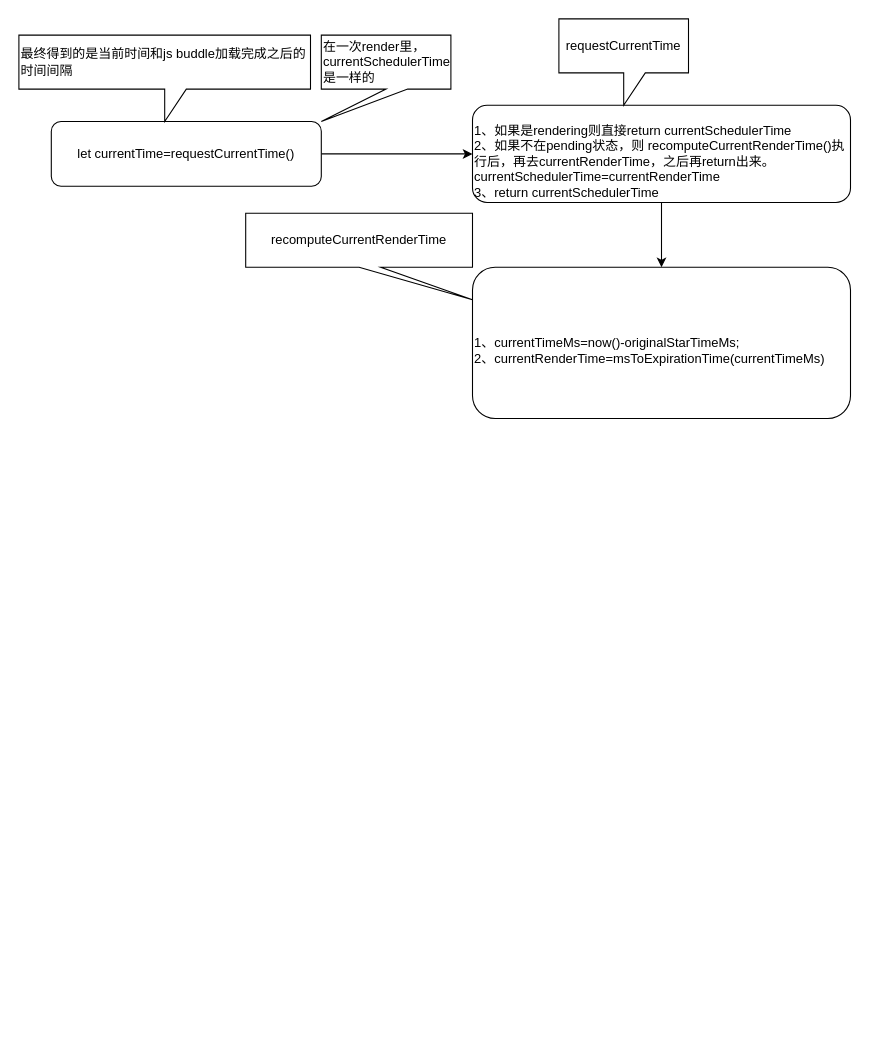
This is expirationTime.drawio from Windseek/react-source, a draw.io file, before an edit. Source tidied: cells renumbered, new cells numbered last; positions are measured from the earlier drawing's top-left corner, leaving out a move shared by most shapes. Both pictures are drawn from the tidied source at 108%, with x=0, y=0 at pixel (18, 18).
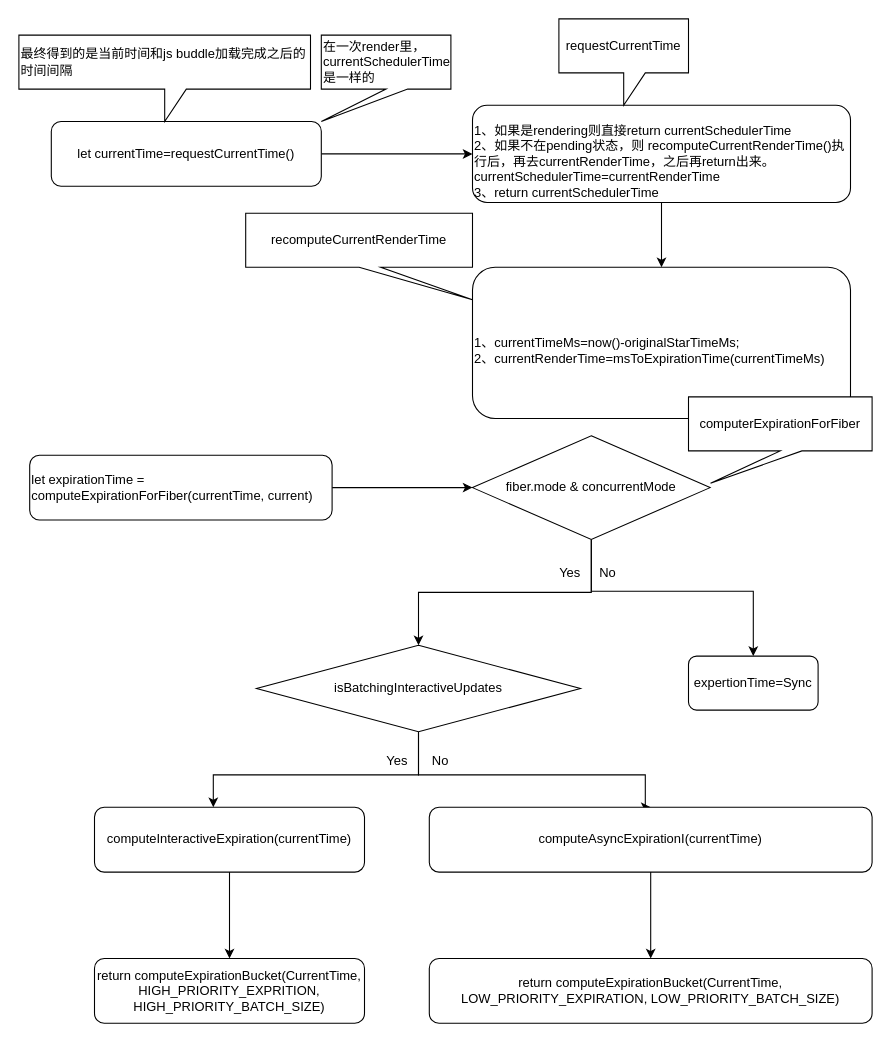
Above is the later version.

The edit, as a diff of the source:
```diff
@@
+    <mxCell id="11" style="edgeStyle=orthogonalEdgeStyle;rounded=0;jettySize=auto;html=1;entryX=0;entryY=0.5;entryDx=0;entryDy=0;" parent="1" edge="1" source="12" target="15">
+      <mxGeometry relative="1" as="geometry" />
+    </mxCell>
+    <mxCell id="12" value="let expirationTime = computeExpirationForFiber(currentTime, current)" style="rounded=1;whiteSpace=wrap;html=1;align=left;" parent="1" vertex="1">
+      <mxGeometry x="10" y="404" width="280" height="60" as="geometry" />
+    </mxCell>
+    <mxCell id="13" style="edgeStyle=orthogonalEdgeStyle;rounded=0;jettySize=auto;html=1;" parent="1" edge="1" source="15">
+      <mxGeometry relative="1" as="geometry">
+        <mxPoint x="370" y="580" as="targetPoint" />
+        <Array as="points">
+          <mxPoint x="530" y="531" />
+          <mxPoint x="370" y="531" />
+        </Array>
+      </mxGeometry>
+    </mxCell>
+    <mxCell id="14" style="edgeStyle=orthogonalEdgeStyle;rounded=0;jettySize=auto;html=1;entryX=0.5;entryY=0;entryDx=0;entryDy=0;" parent="1" edge="1" source="15" target="17">
+      <mxGeometry relative="1" as="geometry">
+        <Array as="points">
+          <mxPoint x="530" y="530" />
+          <mxPoint x="680" y="530" />
+        </Array>
+      </mxGeometry>
+    </mxCell>
+    <mxCell id="15" value="&lt;span style=&quot;text-align: left ; white-space: normal&quot;&gt;fiber.mode &amp;amp; concurrentMode&lt;/span&gt;" style="rhombus;whiteSpace=wrap;html=1;" parent="1" vertex="1">
+      <mxGeometry x="420" y="386" width="220" height="96" as="geometry" />
+    </mxCell>
+    <mxCell id="16" value="computerExpirationForFiber" style="shape=callout;whiteSpace=wrap;html=1;perimeter=calloutPerimeter;position2=0.12;" parent="1" vertex="1">
+      <mxGeometry x="620" y="350" width="170" height="80" as="geometry" />
+    </mxCell>
+    <mxCell id="17" value="expertionTime=Sync" style="rounded=1;whiteSpace=wrap;html=1;" parent="1" vertex="1">
+      <mxGeometry x="620" y="590" width="120" height="50" as="geometry" />
+    </mxCell>
+    <mxCell id="18" value="Yes" style="text;html=1;align=center;verticalAlign=middle;" parent="1" vertex="1">
+      <mxGeometry x="490" y="503" width="40" height="20" as="geometry" />
+    </mxCell>
+    <mxCell id="19" value="No" style="text;html=1;align=center;verticalAlign=middle;" parent="1" vertex="1">
+      <mxGeometry x="530" y="503" width="30" height="20" as="geometry" />
+    </mxCell>
+    <mxCell id="20" style="edgeStyle=orthogonalEdgeStyle;rounded=0;jettySize=auto;html=1;" parent="1" edge="1" source="22" target="24">
+      <mxGeometry relative="1" as="geometry">
+        <Array as="points">
+          <mxPoint x="370" y="700" />
+          <mxPoint x="180" y="700" />
+        </Array>
+      </mxGeometry>
+    </mxCell>
+    <mxCell id="21" style="edgeStyle=orthogonalEdgeStyle;rounded=0;jettySize=auto;html=1;entryX=0.5;entryY=0;entryDx=0;entryDy=0;" parent="1" edge="1" source="22" target="27">
+      <mxGeometry relative="1" as="geometry">
+        <Array as="points">
+          <mxPoint x="370" y="700" />
+          <mxPoint x="580" y="700" />
+        </Array>
+      </mxGeometry>
+    </mxCell>
+    <mxCell id="22" value="&lt;span style=&quot;text-align: left ; white-space: normal&quot;&gt;isBatchingInteractiveUpdates&lt;/span&gt;" style="rhombus;whiteSpace=wrap;html=1;" parent="1" vertex="1">
+      <mxGeometry x="220" y="580" width="300" height="80" as="geometry" />
+    </mxCell>
+    <mxCell id="23" style="edgeStyle=orthogonalEdgeStyle;rounded=0;jettySize=auto;html=1;" parent="1" edge="1" source="24" target="25">
+      <mxGeometry relative="1" as="geometry" />
+    </mxCell>
+    <mxCell id="24" value="computeInteractiveExpiration(currentTime)" style="rounded=1;whiteSpace=wrap;html=1;" parent="1" vertex="1">
+      <mxGeometry x="70" y="730" width="250" height="60" as="geometry" />
+    </mxCell>
+    <mxCell id="25" value="return computeExpirationBucket(CurrentTime, HIGH_PRIORITY_EXPRITION, HIGH_PRIORITY_BATCH_SIZE)" style="rounded=1;whiteSpace=wrap;html=1;" parent="1" vertex="1">
+      <mxGeometry x="70" y="870" width="250" height="60" as="geometry" />
+    </mxCell>
+    <mxCell id="26" style="edgeStyle=orthogonalEdgeStyle;rounded=0;jettySize=auto;html=1;" parent="1" edge="1" source="27" target="28">
+      <mxGeometry relative="1" as="geometry" />
+    </mxCell>
+    <mxCell id="27" value="computeAsyncExpirationI(currentTime)" style="rounded=1;whiteSpace=wrap;html=1;" parent="1" vertex="1">
+      <mxGeometry x="380" y="730" width="410" height="60" as="geometry" />
+    </mxCell>
+    <mxCell id="28" value="return computeExpirationBucket(CurrentTime, LOW_PRIORITY_EXPIRATION, LOW_PRIORITY_BATCH_SIZE)" style="rounded=1;whiteSpace=wrap;html=1;" parent="1" vertex="1">
+      <mxGeometry x="380" y="870" width="410" height="60" as="geometry" />
+    </mxCell>
+    <mxCell id="29" value="Yes" style="text;html=1;align=center;verticalAlign=middle;" parent="1" vertex="1">
+      <mxGeometry x="330" y="677" width="40" height="20" as="geometry" />
+    </mxCell>
+    <mxCell id="30" value="No" style="text;html=1;align=center;verticalAlign=middle;" parent="1" vertex="1">
+      <mxGeometry x="375" y="677" width="30" height="20" as="geometry" />
+    </mxCell>
```
